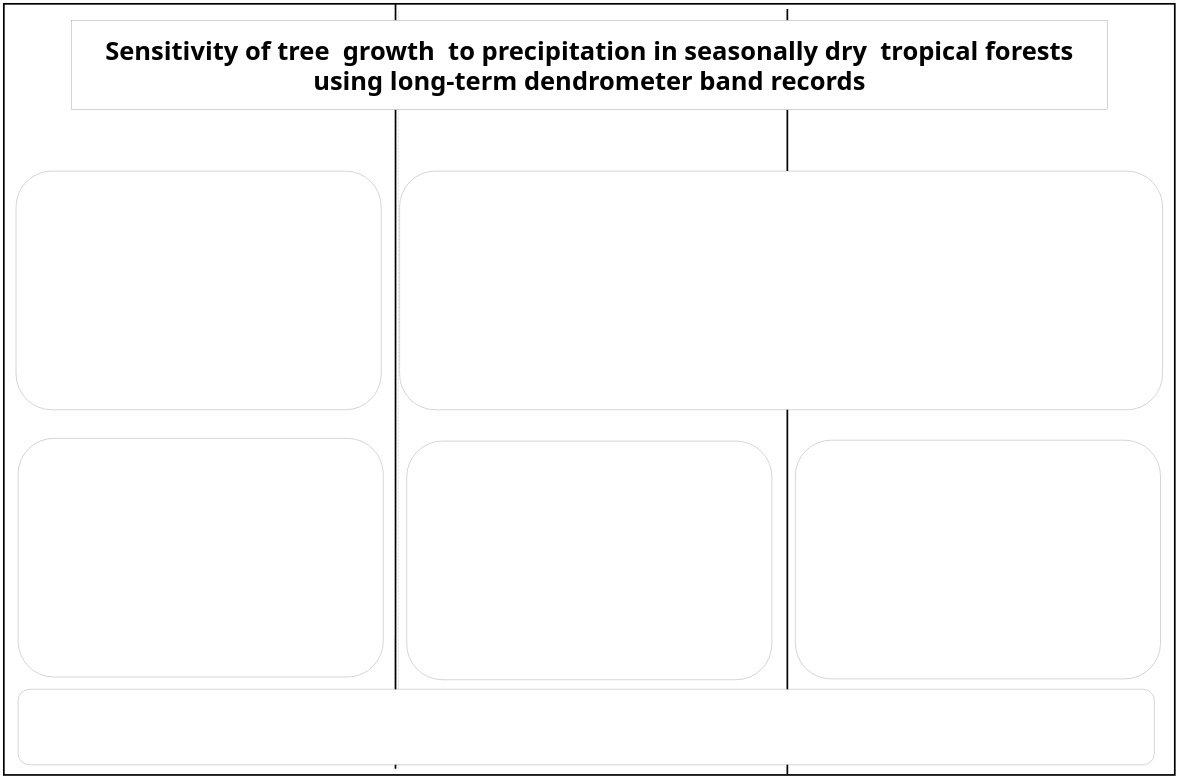
Above: doc/AGU_poster_2024.drawio in forestgeo/growth-precip-thailand (draw.io), before the change. Source tidied: cells renumbered, new cells numbered last; positions are measured from the earlier drawing's top-left corner, leaving out a move shared by most shapes. Both pictures are drawn from the tidied source at 17%, with x=0, y=0 at pixel (4, 4).
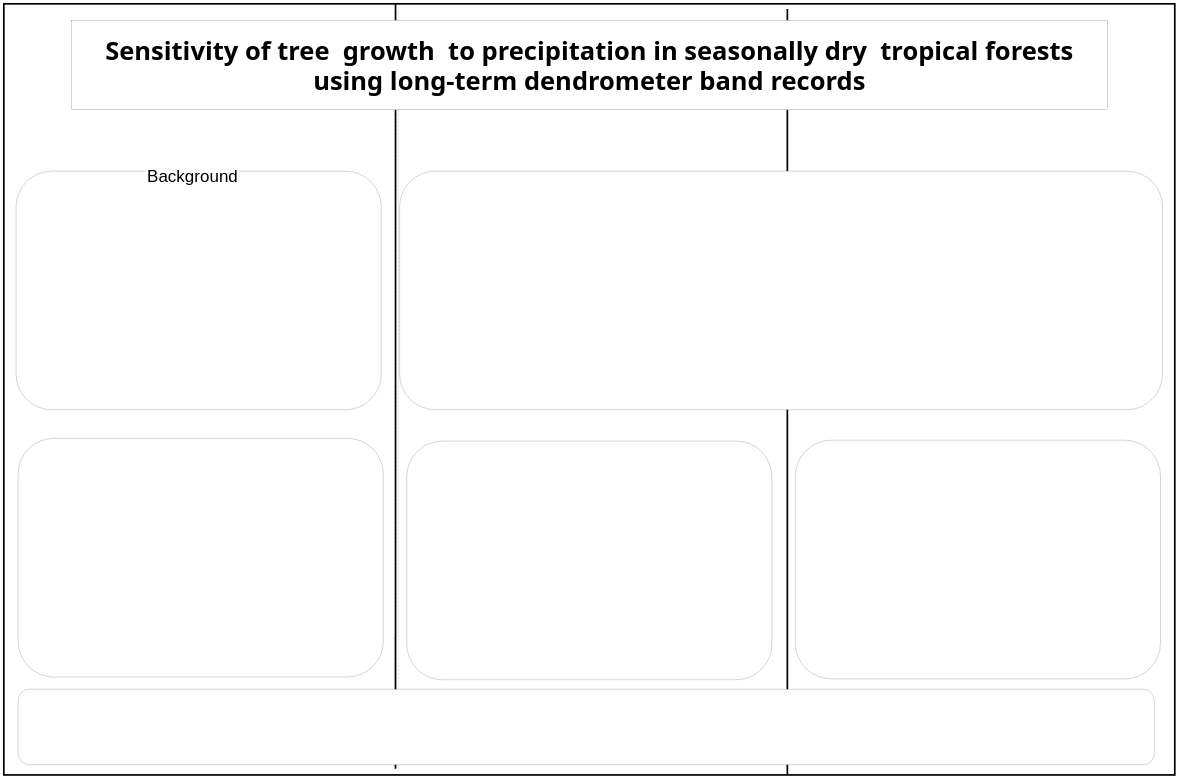
After the change.

Diff of the diagram source:
```diff
@@
 <mxGraphModel>
   <root>
     <mxCell id="0" />
     <mxCell id="1" parent="0" />
     <mxCell id="2" style="rounded=0;whiteSpace=wrap;html=1;strokeWidth=10;fillColor=none;" parent="1" vertex="1">
       <mxGeometry width="6888" height="4536" as="geometry" />
     </mxCell>
     <mxCell id="3" style="endArrow=none;dashed=1;html=1;dashPattern=1 3;strokeWidth=2;rounded=0;entryX=0.337;entryY=0.009;entryDx=0;entryDy=0;entryPerimeter=0;exitX=0.337;exitY=0.992;exitDx=0;exitDy=0;exitPerimeter=0;" parent="1" edge="1" source="2" target="2">
       <mxGeometry relative="1" as="geometry" />
     </mxCell>
     <mxCell id="4" style="endArrow=none;html=1;rounded=0;" parent="1" edge="1">
       <mxGeometry relative="1" as="geometry">
         <mxPoint x="4104" y="1154" as="sourcePoint" />
         <mxPoint x="4154" y="1104" as="targetPoint" />
       </mxGeometry>
     </mxCell>
     <mxCell id="5" style="endArrow=none;html=1;rounded=0;entryX=0.329;entryY=0;entryDx=0;entryDy=0;entryPerimeter=0;strokeWidth=10;" parent="1" edge="1">
       <mxGeometry relative="1" as="geometry">
         <mxPoint x="2304" y="4500" as="sourcePoint" />
         <mxPoint x="2304.2" as="targetPoint" />
       </mxGeometry>
     </mxCell>
     <mxCell id="6" style="endArrow=none;html=1;rounded=0;strokeWidth=10;" parent="1" edge="1">
       <mxGeometry relative="1" as="geometry">
         <mxPoint x="4609" y="4530" as="sourcePoint" />
         <mxPoint x="4609" y="30" as="targetPoint" />
       </mxGeometry>
     </mxCell>
     <mxCell id="7" value="&lt;h3&gt;&lt;font style=&quot;font-size: 150px;&quot;&gt;Sensitivity of tree&amp;nbsp; growth&amp;nbsp; to precipitation in seasonally dry&amp;nbsp; tropical forests using long-term dendrometer band records&lt;/font&gt;&lt;br&gt;&lt;/h3&gt;" style="rounded=0;whiteSpace=wrap;html=1;fontFamily=Tahoma;" parent="1" vertex="1">
       <mxGeometry x="396" y="96" width="6096" height="528" as="geometry" />
     </mxCell>
     <mxCell id="8" style="rounded=1;whiteSpace=wrap;html=1;" parent="1" vertex="1">
       <mxGeometry x="72" y="984" width="2148" height="1404" as="geometry" />
     </mxCell>
     <mxCell id="9" style="rounded=1;whiteSpace=wrap;html=1;" parent="1" vertex="1">
       <mxGeometry x="84" y="2556" width="2148" height="1404" as="geometry" />
     </mxCell>
     <mxCell id="10" style="rounded=1;whiteSpace=wrap;html=1;" parent="1" vertex="1">
       <mxGeometry x="2328" y="984" width="4488" height="1404" as="geometry" />
     </mxCell>
     <mxCell id="11" style="rounded=1;whiteSpace=wrap;html=1;" parent="1" vertex="1">
       <mxGeometry x="2370" y="2572" width="2148" height="1404" as="geometry" />
     </mxCell>
     <mxCell id="12" style="rounded=1;whiteSpace=wrap;html=1;" parent="1" vertex="1">
       <mxGeometry x="4656" y="2567" width="2148" height="1404" as="geometry" />
     </mxCell>
     <mxCell id="13" style="rounded=1;whiteSpace=wrap;html=1;" parent="1" vertex="1">
       <mxGeometry x="84" y="4032" width="6684" height="444" as="geometry" />
     </mxCell>
+    <mxCell id="14" value="&lt;font style=&quot;font-size: 100px; background-color: rgb(255, 255, 255);&quot;&gt;Background&lt;/font&gt;" style="text;html=1;align=center;verticalAlign=middle;whiteSpace=wrap;rounded=0;" parent="1" vertex="1">
+      <mxGeometry x="552" y="816" width="1116" height="396" as="geometry" />
+    </mxCell>
   </root>
 </mxGraphModel>
```
